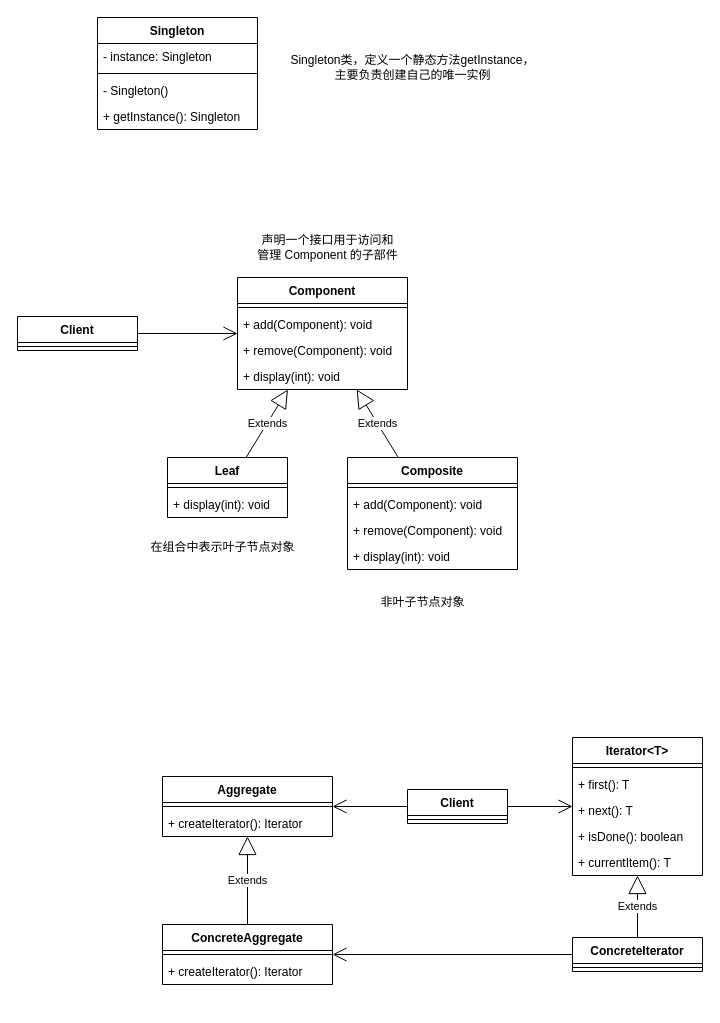
studeyang/drawio-workspace keeps this draw.io diagram as page "组合、迭代器、单例" (6 of 9) of 设计模式.drawio. Above is the earlier version. Source tidied: cells renumbered, new cells numbered last; positions are measured from the earlier drawing's top-left corner, leaving out a move shared by most shapes. Both pictures are drawn from the tidied source at 100%, with x=0, y=0 at pixel (17, 17).
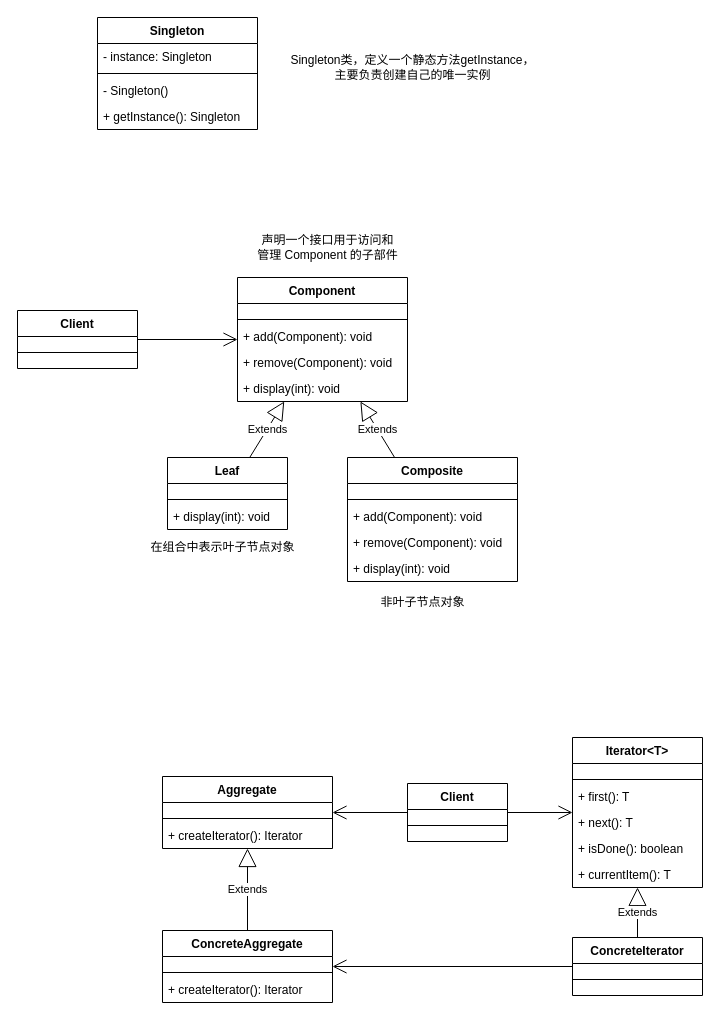
Above is the later version.

Diff of the diagram source:
```diff
@@
     <mxCell id="2" value="Component" style="swimlane;fontStyle=1;align=center;verticalAlign=top;horizontal=1;startSize=26;rounded=0;" parent="1" vertex="1">
-      <mxGeometry x="220" y="260" width="170" height="112" as="geometry" />
+      <mxGeometry x="220" y="260" width="170" height="124" as="geometry" />
     </mxCell>
+    <mxCell id="50" value=" " style="text;strokeColor=none;fillColor=none;align=left;verticalAlign=top;spacingLeft=4;spacingRight=4;overflow=hidden;rounded=0;" parent="2" vertex="1">
+      <mxGeometry y="26" width="170" height="12" as="geometry" />
+    </mxCell>
     <mxCell id="3" style="line;strokeWidth=1;fillColor=none;align=left;verticalAlign=middle;spacingTop=-1;spacingLeft=3;spacingRight=3;labelPosition=right;strokeColor=inherit;rounded=0;" parent="2" vertex="1">
-      <mxGeometry y="26" width="170" height="8" as="geometry" />
+      <mxGeometry y="38" width="170" height="8" as="geometry" />
     </mxCell>
     <mxCell id="4" value="+ add(Component): void" style="text;strokeColor=none;fillColor=none;align=left;verticalAlign=top;spacingLeft=4;spacingRight=4;overflow=hidden;rounded=0;" parent="2" vertex="1">
-      <mxGeometry y="34" width="170" height="26" as="geometry" />
+      <mxGeometry y="46" width="170" height="26" as="geometry" />
     </mxCell>
     <mxCell id="5" value="+ remove(Component): void" style="text;strokeColor=none;fillColor=none;align=left;verticalAlign=top;spacingLeft=4;spacingRight=4;overflow=hidden;rounded=0;" parent="2" vertex="1">
-      <mxGeometry y="60" width="170" height="26" as="geometry" />
+      <mxGeometry y="72" width="170" height="26" as="geometry" />
     </mxCell>
     <mxCell id="6" value="+ display(int): void" style="text;strokeColor=none;fillColor=none;align=left;verticalAlign=top;spacingLeft=4;spacingRight=4;overflow=hidden;rounded=0;" parent="2" vertex="1">
-      <mxGeometry y="86" width="170" height="26" as="geometry" />
+      <mxGeometry y="98" width="170" height="26" as="geometry" />
     </mxCell>
@@
     <mxCell id="8" value="Leaf" style="swimlane;fontStyle=1;align=center;verticalAlign=top;horizontal=1;startSize=26;rounded=0;" parent="1" vertex="1">
-      <mxGeometry x="150" y="440" width="120" height="60" as="geometry" />
+      <mxGeometry x="150" y="440" width="120" height="72" as="geometry" />
     </mxCell>
+    <mxCell id="51" value=" " style="text;strokeColor=none;fillColor=none;align=left;verticalAlign=top;spacingLeft=4;spacingRight=4;overflow=hidden;rounded=0;" parent="8" vertex="1">
+      <mxGeometry y="26" width="120" height="12" as="geometry" />
+    </mxCell>
     <mxCell id="9" style="line;strokeWidth=1;fillColor=none;align=left;verticalAlign=middle;spacingTop=-1;spacingLeft=3;spacingRight=3;labelPosition=right;strokeColor=inherit;rounded=0;" parent="8" vertex="1">
-      <mxGeometry y="26" width="120" height="8" as="geometry" />
+      <mxGeometry y="38" width="120" height="8" as="geometry" />
     </mxCell>
     <mxCell id="10" value="+ display(int): void" style="text;strokeColor=none;fillColor=none;align=left;verticalAlign=top;spacingLeft=4;spacingRight=4;overflow=hidden;rounded=0;" parent="8" vertex="1">
-      <mxGeometry y="34" width="120" height="26" as="geometry" />
+      <mxGeometry y="46" width="120" height="26" as="geometry" />
     </mxCell>
     <mxCell id="11" value="Composite" style="swimlane;fontStyle=1;align=center;verticalAlign=top;horizontal=1;startSize=26;rounded=0;" parent="1" vertex="1">
-      <mxGeometry x="330" y="440" width="170" height="112" as="geometry" />
+      <mxGeometry x="330" y="440" width="170" height="124" as="geometry" />
     </mxCell>
+    <mxCell id="52" value=" " style="text;strokeColor=none;fillColor=none;align=left;verticalAlign=top;spacingLeft=4;spacingRight=4;overflow=hidden;rounded=0;" parent="11" vertex="1">
+      <mxGeometry y="26" width="170" height="12" as="geometry" />
+    </mxCell>
     <mxCell id="12" style="line;strokeWidth=1;fillColor=none;align=left;verticalAlign=middle;spacingTop=-1;spacingLeft=3;spacingRight=3;labelPosition=right;strokeColor=inherit;rounded=0;" parent="11" vertex="1">
-      <mxGeometry y="26" width="170" height="8" as="geometry" />
+      <mxGeometry y="38" width="170" height="8" as="geometry" />
     </mxCell>
     <mxCell id="13" value="+ add(Component): void" style="text;strokeColor=none;fillColor=none;align=left;verticalAlign=top;spacingLeft=4;spacingRight=4;overflow=hidden;rounded=0;" parent="11" vertex="1">
-      <mxGeometry y="34" width="170" height="26" as="geometry" />
+      <mxGeometry y="46" width="170" height="26" as="geometry" />
     </mxCell>
     <mxCell id="14" value="+ remove(Component): void" style="text;strokeColor=none;fillColor=none;align=left;verticalAlign=top;spacingLeft=4;spacingRight=4;overflow=hidden;rounded=0;" parent="11" vertex="1">
-      <mxGeometry y="60" width="170" height="26" as="geometry" />
+      <mxGeometry y="72" width="170" height="26" as="geometry" />
     </mxCell>
     <mxCell id="15" value="+ display(int): void" style="text;strokeColor=none;fillColor=none;align=left;verticalAlign=top;spacingLeft=4;spacingRight=4;overflow=hidden;rounded=0;" parent="11" vertex="1">
-      <mxGeometry y="86" width="170" height="26" as="geometry" />
+      <mxGeometry y="98" width="170" height="26" as="geometry" />
     </mxCell>
     <mxCell id="16" value="Client" style="swimlane;fontStyle=1;align=center;verticalAlign=top;horizontal=1;startSize=26;rounded=0;" parent="1" vertex="1">
-      <mxGeometry y="299" width="120" height="34" as="geometry" />
+      <mxGeometry y="293" width="120" height="58" as="geometry" />
     </mxCell>
+    <mxCell id="53" value=" " style="text;strokeColor=none;fillColor=none;align=left;verticalAlign=top;spacingLeft=4;spacingRight=4;overflow=hidden;rounded=0;" parent="16" vertex="1">
+      <mxGeometry y="26" width="120" height="12" as="geometry" />
+    </mxCell>
     <mxCell id="17" style="line;strokeWidth=1;fillColor=none;align=left;verticalAlign=middle;spacingTop=-1;spacingLeft=3;spacingRight=3;labelPosition=right;strokeColor=inherit;rounded=0;" parent="16" vertex="1">
-      <mxGeometry y="26" width="120" height="8" as="geometry" />
+      <mxGeometry y="38" width="120" height="8" as="geometry" />
     </mxCell>
+    <mxCell id="54" value=" " style="text;strokeColor=none;fillColor=none;align=left;verticalAlign=top;spacingLeft=4;spacingRight=4;overflow=hidden;rounded=0;" parent="16" vertex="1">
+      <mxGeometry y="46" width="120" height="12" as="geometry" />
+    </mxCell>
@@
     <mxCell id="23" value="Aggregate" style="swimlane;fontStyle=1;align=center;verticalAlign=top;horizontal=1;startSize=26;rounded=0;" parent="1" vertex="1">
-      <mxGeometry x="145" y="759" width="170" height="60" as="geometry" />
+      <mxGeometry x="145" y="759" width="170" height="72" as="geometry" />
     </mxCell>
+    <mxCell id="55" value=" " style="text;strokeColor=none;fillColor=none;align=left;verticalAlign=top;spacingLeft=4;spacingRight=4;overflow=hidden;rounded=0;" parent="23" vertex="1">
+      <mxGeometry y="26" width="170" height="12" as="geometry" />
+    </mxCell>
     <mxCell id="24" style="line;strokeWidth=1;fillColor=none;align=left;verticalAlign=middle;spacingTop=-1;spacingLeft=3;spacingRight=3;labelPosition=right;strokeColor=inherit;rounded=0;" parent="23" vertex="1">
-      <mxGeometry y="26" width="170" height="8" as="geometry" />
+      <mxGeometry y="38" width="170" height="8" as="geometry" />
     </mxCell>
     <mxCell id="25" value="+ createIterator(): Iterator" style="text;strokeColor=none;fillColor=none;align=left;verticalAlign=top;spacingLeft=4;spacingRight=4;overflow=hidden;rounded=0;" parent="23" vertex="1">
-      <mxGeometry y="34" width="170" height="26" as="geometry" />
+      <mxGeometry y="46" width="170" height="26" as="geometry" />
     </mxCell>
     <mxCell id="26" value="ConcreteAggregate" style="swimlane;fontStyle=1;align=center;verticalAlign=top;horizontal=1;startSize=26;rounded=0;" parent="1" vertex="1">
-      <mxGeometry x="145" y="907" width="170" height="60" as="geometry" />
+      <mxGeometry x="145" y="913" width="170" height="72" as="geometry" />
     </mxCell>
+    <mxCell id="56" value=" " style="text;strokeColor=none;fillColor=none;align=left;verticalAlign=top;spacingLeft=4;spacingRight=4;overflow=hidden;rounded=0;" parent="26" vertex="1">
+      <mxGeometry y="26" width="170" height="12" as="geometry" />
+    </mxCell>
     <mxCell id="27" style="line;strokeWidth=1;fillColor=none;align=left;verticalAlign=middle;spacingTop=-1;spacingLeft=3;spacingRight=3;labelPosition=right;strokeColor=inherit;rounded=0;" parent="26" vertex="1">
-      <mxGeometry y="26" width="170" height="8" as="geometry" />
+      <mxGeometry y="38" width="170" height="8" as="geometry" />
     </mxCell>
     <mxCell id="28" value="+ createIterator(): Iterator" style="text;strokeColor=none;fillColor=none;align=left;verticalAlign=top;spacingLeft=4;spacingRight=4;overflow=hidden;rounded=0;" parent="26" vertex="1">
-      <mxGeometry y="34" width="170" height="26" as="geometry" />
+      <mxGeometry y="46" width="170" height="26" as="geometry" />
     </mxCell>
     <mxCell id="29" value="Client" style="swimlane;fontStyle=1;align=center;verticalAlign=top;horizontal=1;startSize=26;rounded=0;" parent="1" vertex="1">
-      <mxGeometry x="390" y="772" width="100" height="34" as="geometry" />
+      <mxGeometry x="390" y="766" width="100" height="58" as="geometry" />
     </mxCell>
+    <mxCell id="57" value=" " style="text;strokeColor=none;fillColor=none;align=left;verticalAlign=top;spacingLeft=4;spacingRight=4;overflow=hidden;rounded=0;" parent="29" vertex="1">
+      <mxGeometry y="26" width="100" height="12" as="geometry" />
+    </mxCell>
     <mxCell id="30" style="line;strokeWidth=1;fillColor=none;align=left;verticalAlign=middle;spacingTop=-1;spacingLeft=3;spacingRight=3;labelPosition=right;strokeColor=inherit;rounded=0;" parent="29" vertex="1">
-      <mxGeometry y="26" width="100" height="8" as="geometry" />
+      <mxGeometry y="38" width="100" height="8" as="geometry" />
     </mxCell>
+    <mxCell id="58" value=" " style="text;strokeColor=none;fillColor=none;align=left;verticalAlign=top;spacingLeft=4;spacingRight=4;overflow=hidden;rounded=0;" parent="29" vertex="1">
+      <mxGeometry y="46" width="100" height="12" as="geometry" />
+    </mxCell>
@@
     <mxCell id="33" value="Iterator&lt;T&gt;" style="swimlane;fontStyle=1;align=center;verticalAlign=top;horizontal=1;startSize=26;rounded=0;" parent="1" vertex="1">
-      <mxGeometry x="555" y="720" width="130" height="138" as="geometry" />
+      <mxGeometry x="555" y="720" width="130" height="150" as="geometry" />
     </mxCell>
+    <mxCell id="59" value=" " style="text;strokeColor=none;fillColor=none;align=left;verticalAlign=top;spacingLeft=4;spacingRight=4;overflow=hidden;rounded=0;" parent="33" vertex="1">
+      <mxGeometry y="26" width="130" height="12" as="geometry" />
+    </mxCell>
     <mxCell id="34" style="line;strokeWidth=1;fillColor=none;align=left;verticalAlign=middle;spacingTop=-1;spacingLeft=3;spacingRight=3;labelPosition=right;strokeColor=inherit;rounded=0;" parent="33" vertex="1">
-      <mxGeometry y="26" width="130" height="8" as="geometry" />
+      <mxGeometry y="38" width="130" height="8" as="geometry" />
     </mxCell>
     <mxCell id="35" value="+ first(): T" style="text;strokeColor=none;fillColor=none;align=left;verticalAlign=top;spacingLeft=4;spacingRight=4;overflow=hidden;rounded=0;" parent="33" vertex="1">
-      <mxGeometry y="34" width="130" height="26" as="geometry" />
+      <mxGeometry y="46" width="130" height="26" as="geometry" />
     </mxCell>
     <mxCell id="36" value="+ next(): T" style="text;strokeColor=none;fillColor=none;align=left;verticalAlign=top;spacingLeft=4;spacingRight=4;overflow=hidden;rounded=0;" parent="33" vertex="1">
-      <mxGeometry y="60" width="130" height="26" as="geometry" />
+      <mxGeometry y="72" width="130" height="26" as="geometry" />
     </mxCell>
     <mxCell id="37" value="+ isDone(): boolean" style="text;strokeColor=none;fillColor=none;align=left;verticalAlign=top;spacingLeft=4;spacingRight=4;overflow=hidden;rounded=0;" parent="33" vertex="1">
-      <mxGeometry y="86" width="130" height="26" as="geometry" />
+      <mxGeometry y="98" width="130" height="26" as="geometry" />
     </mxCell>
     <mxCell id="38" value="+ currentItem(): T" style="text;strokeColor=none;fillColor=none;align=left;verticalAlign=top;spacingLeft=4;spacingRight=4;overflow=hidden;rounded=0;" parent="33" vertex="1">
-      <mxGeometry y="112" width="130" height="26" as="geometry" />
+      <mxGeometry y="124" width="130" height="26" as="geometry" />
     </mxCell>
@@
     <mxCell id="40" value="ConcreteIterator" style="swimlane;fontStyle=1;align=center;verticalAlign=top;horizontal=1;startSize=26;rounded=0;" parent="1" vertex="1">
-      <mxGeometry x="555" y="920" width="130" height="34" as="geometry" />
+      <mxGeometry x="555" y="920" width="130" height="58" as="geometry" />
     </mxCell>
+    <mxCell id="60" value=" " style="text;strokeColor=none;fillColor=none;align=left;verticalAlign=top;spacingLeft=4;spacingRight=4;overflow=hidden;rounded=0;" parent="40" vertex="1">
+      <mxGeometry y="26" width="130" height="12" as="geometry" />
+    </mxCell>
     <mxCell id="41" style="line;strokeWidth=1;fillColor=none;align=left;verticalAlign=middle;spacingTop=-1;spacingLeft=3;spacingRight=3;labelPosition=right;strokeColor=inherit;rounded=0;" parent="40" vertex="1">
-      <mxGeometry y="26" width="130" height="8" as="geometry" />
+      <mxGeometry y="38" width="130" height="8" as="geometry" />
     </mxCell>
+    <mxCell id="61" value=" " style="text;strokeColor=none;fillColor=none;align=left;verticalAlign=top;spacingLeft=4;spacingRight=4;overflow=hidden;rounded=0;" parent="40" vertex="1">
+      <mxGeometry y="46" width="130" height="12" as="geometry" />
+    </mxCell>
```
